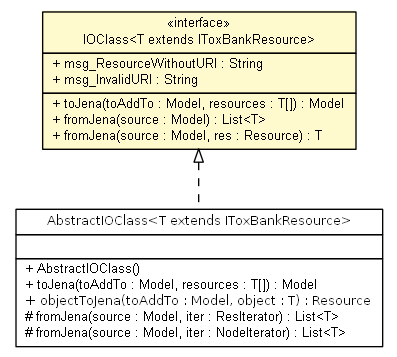
Above: apidocs/net/toxbank/client/io/rdf/IOClass.png in ToxBank/toxbank-api-beans (Graphviz), before the change. Its source is kept beside it as apidocs/net/toxbank/client/io/rdf/IOClass.dot.
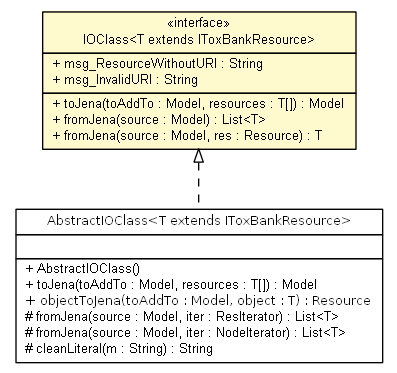
After the commit.

Change to the diagram source:
```diff
@@ -2,7 +2,7 @@
 digraph G {
 	edge [fontname="arial",fontsize=10,labelfontname="arial",labelfontsize=10];
 	node [fontname="arial",fontsize=10,shape=plaintext];
-	c370 [label=<<table border="0" cellborder="1" cellspacing="0" cellpadding="2" port="p" bgcolor="lemonChiffon" href="./IOClass.html">
+	c478 [label=<<table border="0" cellborder="1" cellspacing="0" cellpadding="2" port="p" bgcolor="lemonChiffon" href="./IOClass.html">
 		<tr><td><table border="0" cellspacing="0" cellpadding="1">
 			<tr><td> &laquo;interface&raquo; </td></tr>
 			<tr><td> IOClass&lt;T extends IToxBankResource&gt; </td></tr>
@@ -17,7 +17,7 @@
 			<tr><td align="left"> + fromJena(source : Model, res : Resource) : T </td></tr>
 		</table></td></tr>
 		</table>>, fontname="arial", fontcolor="black", fontsize=10.0];
-	c375 [label=<<table border="0" cellborder="1" cellspacing="0" cellpadding="2" port="p" href="./AbstractIOClass.html">
+	c483 [label=<<table border="0" cellborder="1" cellspacing="0" cellpadding="2" port="p" href="./AbstractIOClass.html">
 		<tr><td><table border="0" cellspacing="0" cellpadding="1">
 			<tr><td><font face="ariali"> AbstractIOClass&lt;T extends IToxBankResource&gt; </font></td></tr>
 		</table></td></tr>
@@ -30,7 +30,8 @@
 			<tr><td align="left"><font face="ariali" point-size="10.0"> + objectToJena(toAddTo : Model, object : T) : Resource </font></td></tr>
 			<tr><td align="left"> # fromJena(source : Model, iter : ResIterator) : List&lt;T&gt; </td></tr>
 			<tr><td align="left"> # fromJena(source : Model, iter : NodeIterator) : List&lt;T&gt; </td></tr>
+			<tr><td align="left"> # cleanLiteral(m : String) : String </td></tr>
 		</table></td></tr>
 		</table>>, fontname="arial", fontcolor="black", fontsize=10.0];
-	c370:p -> c375:p [dir=back,arrowtail=empty,style=dashed];
+	c478:p -> c483:p [dir=back,arrowtail=empty,style=dashed];
 }
```
